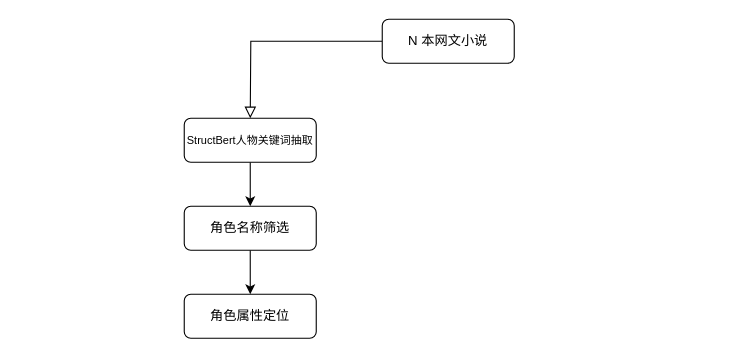
Before: 未命名绘图.drawio in Luoxun1989/work-graph, a draw.io diagram. Source tidied: cells renumbered, new cells numbered last; positions are measured from the earlier drawing's top-left corner, leaving out a move shared by most shapes. Both pictures are drawn from the tidied source at 110%, with x=0, y=0 at pixel (184, 19).
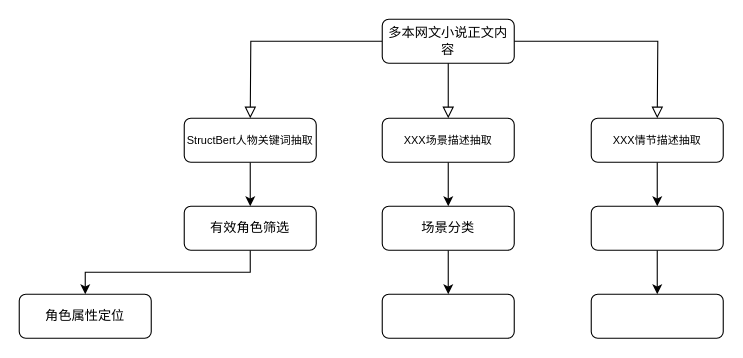
The same diagram, later.

Commit message:
更新未命名绘图.drawio

Change to the diagram source:
```diff
@@
-    <mxCell id="3" value="N 本网文小说" style="rounded=1;whiteSpace=wrap;html=1;fontSize=12;glass=0;strokeWidth=1;shadow=0;" parent="1" vertex="1">
+    <mxCell id="3" value="多本网文小说正文内容" style="rounded=1;whiteSpace=wrap;html=1;fontSize=12;glass=0;strokeWidth=1;shadow=0;" parent="1" vertex="1">
       <mxGeometry x="180" width="120" height="40" as="geometry" />
     </mxCell>
@@
     <mxCell id="6" value="角色属性定位" style="rounded=1;whiteSpace=wrap;html=1;fontSize=12;glass=0;strokeWidth=1;shadow=0;" parent="1" vertex="1">
-      <mxGeometry y="250" width="120" height="40" as="geometry" />
+      <mxGeometry x="-150" y="250" width="120" height="40" as="geometry" />
     </mxCell>
@@
-    <mxCell id="8" value="角色名称筛选" style="rounded=1;whiteSpace=wrap;html=1;fontSize=12;glass=0;strokeWidth=1;shadow=0;" parent="1" vertex="1">
+    <mxCell id="8" value="有效角色筛选" style="rounded=1;whiteSpace=wrap;html=1;fontSize=12;glass=0;strokeWidth=1;shadow=0;" parent="1" vertex="1">
       <mxGeometry y="170" width="120" height="40" as="geometry" />
     </mxCell>
+    <mxCell id="9" style="edgeStyle=orthogonalEdgeStyle;rounded=0;jettySize=auto;html=1;exitX=0.5;exitY=1;exitDx=0;exitDy=0;entryX=0.5;entryY=0;entryDx=0;entryDy=0;" parent="1" edge="1" source="10" target="13">
+      <mxGeometry relative="1" as="geometry" />
+    </mxCell>
+    <mxCell id="10" value="&lt;p class=&quot;MsoNormal&quot;&gt;&lt;font style=&quot;font-size: 10px;&quot;&gt;XXX场景描述抽取&lt;/font&gt;&lt;/p&gt;" style="rounded=1;whiteSpace=wrap;html=1;fontSize=12;glass=0;strokeWidth=1;shadow=0;" parent="1" vertex="1">
+      <mxGeometry x="180" y="90" width="120" height="40" as="geometry" />
+    </mxCell>
+    <mxCell id="11" style="rounded=1;whiteSpace=wrap;html=1;fontSize=12;glass=0;strokeWidth=1;shadow=0;" parent="1" vertex="1">
+      <mxGeometry x="180" y="250" width="120" height="40" as="geometry" />
+    </mxCell>
+    <mxCell id="12" style="edgeStyle=orthogonalEdgeStyle;rounded=0;jettySize=auto;html=1;exitX=0.5;exitY=1;exitDx=0;exitDy=0;" parent="1" edge="1" source="13" target="11">
+      <mxGeometry relative="1" as="geometry" />
+    </mxCell>
+    <mxCell id="13" value="场景分类" style="rounded=1;whiteSpace=wrap;html=1;fontSize=12;glass=0;strokeWidth=1;shadow=0;" parent="1" vertex="1">
+      <mxGeometry x="180" y="170" width="120" height="40" as="geometry" />
+    </mxCell>
+    <mxCell id="14" style="rounded=0;html=1;jettySize=auto;fontSize=11;endArrow=block;endFill=0;endSize=8;strokeWidth=1;shadow=0;labelBackgroundColor=none;edgeStyle=orthogonalEdgeStyle;exitX=0.5;exitY=1;exitDx=0;exitDy=0;entryX=0.5;entryY=0;entryDx=0;entryDy=0;" parent="1" edge="1" source="3" target="10">
+      <mxGeometry relative="1" as="geometry">
+        <Array as="points">
+          <mxPoint x="240" y="80" />
+          <mxPoint x="240" y="80" />
+        </Array>
+      </mxGeometry>
+    </mxCell>
+    <mxCell id="15" style="rounded=0;html=1;jettySize=auto;fontSize=11;endArrow=block;endFill=0;endSize=8;strokeWidth=1;shadow=0;labelBackgroundColor=none;edgeStyle=orthogonalEdgeStyle;exitX=1;exitY=0.5;exitDx=0;exitDy=0;" parent="1" edge="1" source="3">
+      <mxGeometry relative="1" as="geometry">
+        <mxPoint x="430" y="90" as="targetPoint" />
+      </mxGeometry>
+    </mxCell>
+    <mxCell id="16" style="edgeStyle=orthogonalEdgeStyle;rounded=0;jettySize=auto;html=1;exitX=0.5;exitY=1;exitDx=0;exitDy=0;entryX=0.5;entryY=0;entryDx=0;entryDy=0;" parent="1" edge="1" source="17" target="20">
+      <mxGeometry relative="1" as="geometry" />
+    </mxCell>
+    <mxCell id="17" value="&lt;p class=&quot;MsoNormal&quot;&gt;&lt;font style=&quot;font-size: 10px;&quot;&gt;XXX情节描述抽取&lt;/font&gt;&lt;/p&gt;" style="rounded=1;whiteSpace=wrap;html=1;fontSize=12;glass=0;strokeWidth=1;shadow=0;" parent="1" vertex="1">
+      <mxGeometry x="370" y="90" width="120" height="40" as="geometry" />
+    </mxCell>
+    <mxCell id="18" style="rounded=1;whiteSpace=wrap;html=1;fontSize=12;glass=0;strokeWidth=1;shadow=0;" parent="1" vertex="1">
+      <mxGeometry x="370" y="250" width="120" height="40" as="geometry" />
+    </mxCell>
+    <mxCell id="19" style="edgeStyle=orthogonalEdgeStyle;rounded=0;jettySize=auto;html=1;exitX=0.5;exitY=1;exitDx=0;exitDy=0;" parent="1" edge="1" source="20" target="18">
+      <mxGeometry relative="1" as="geometry" />
+    </mxCell>
+    <mxCell id="20" style="rounded=1;whiteSpace=wrap;html=1;fontSize=12;glass=0;strokeWidth=1;shadow=0;" parent="1" vertex="1">
+      <mxGeometry x="370" y="170" width="120" height="40" as="geometry" />
+    </mxCell>
```
